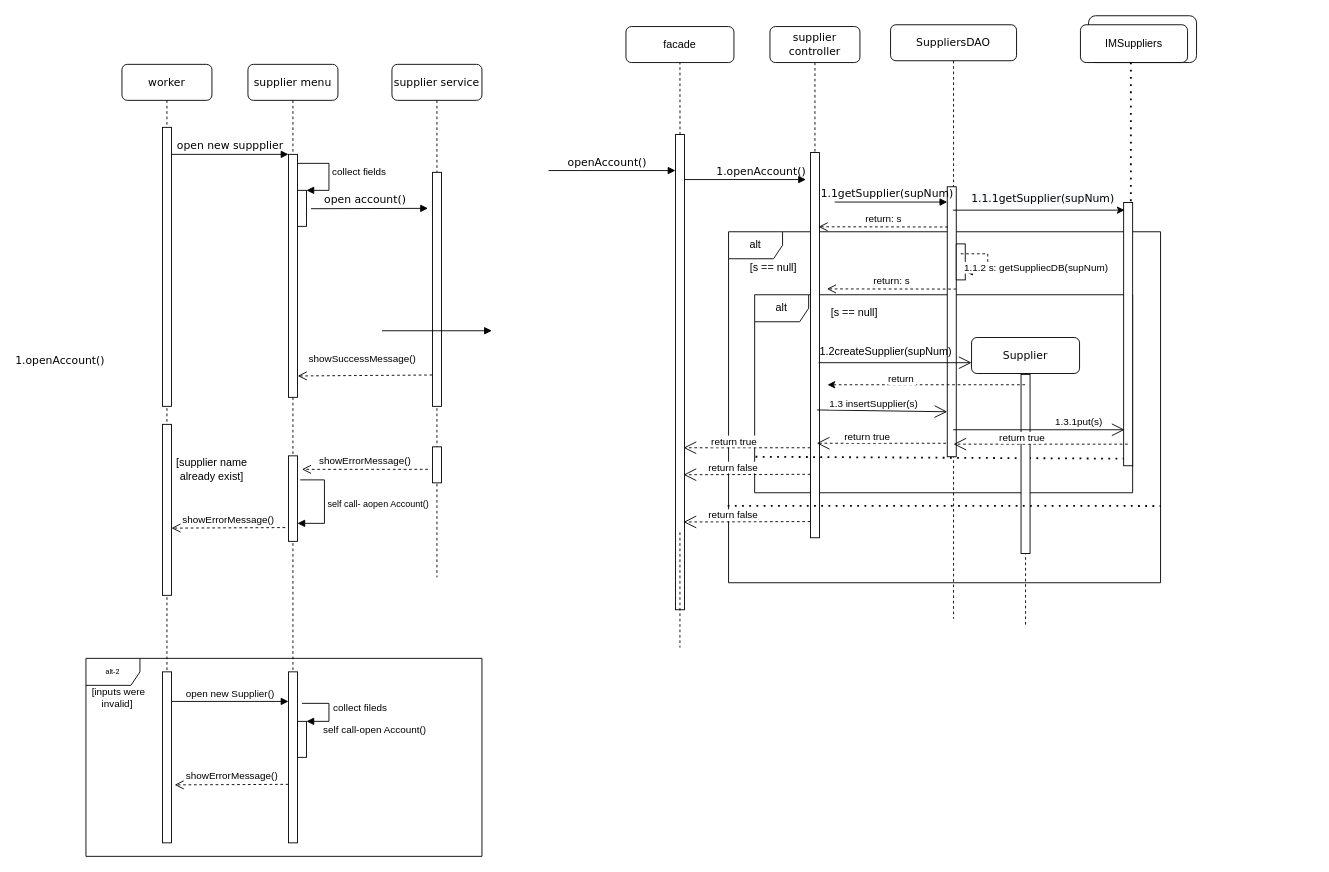
The draw.io diagram page "Page-1" (1 of 2) of docs/use case diagram/sequence diagram scenario d.drawio in Naveavra/Market, before the edit. Source tidied: cells renumbered, new cells numbered last; positions are measured from the earlier drawing's top-left corner, leaving out a move shared by most shapes. Both pictures are drawn from the tidied source at 90%, with x=0, y=0 at pixel (80, 15).
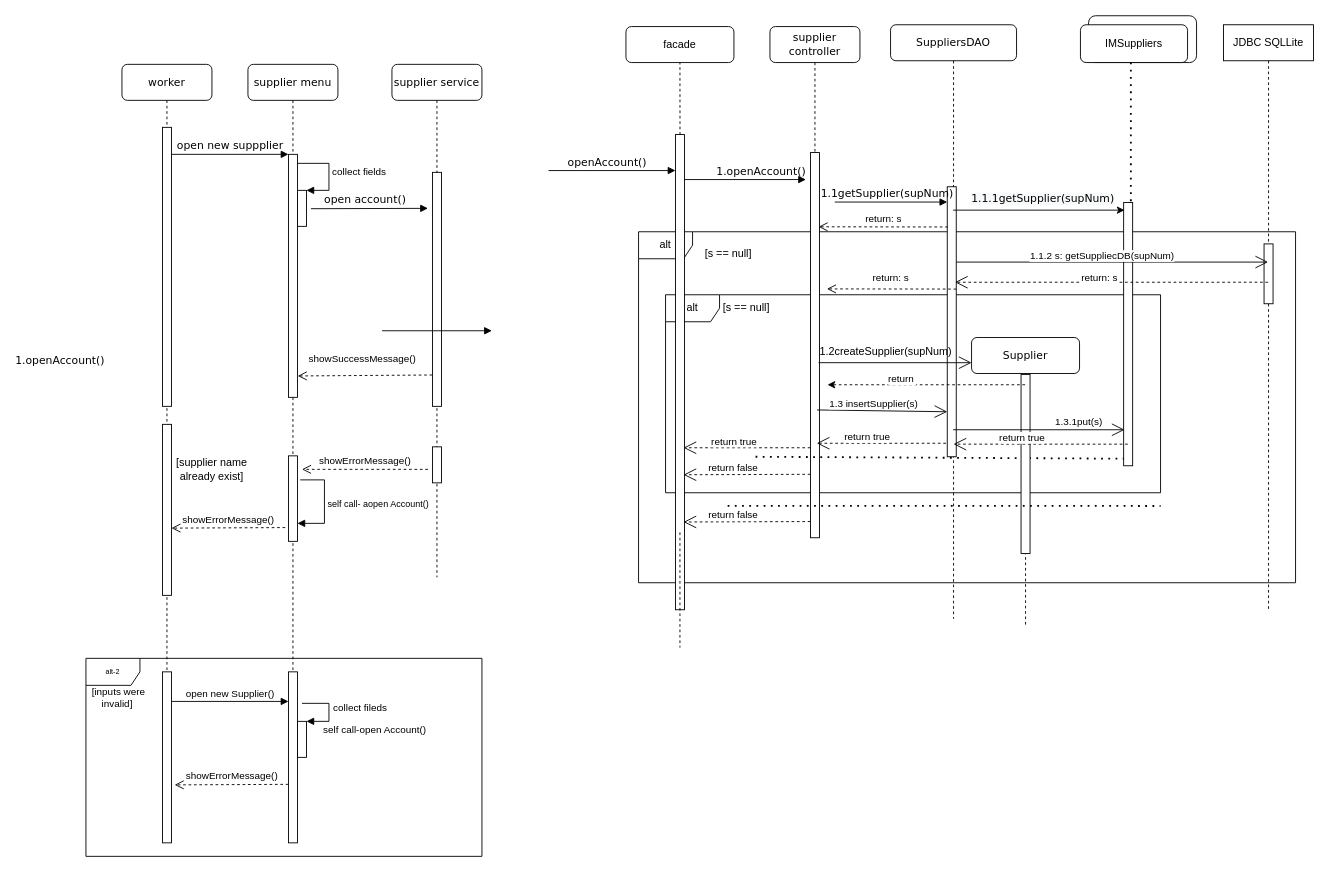
The same diagram, later.

Unchanged cells that the change refers to:
```xml
<mxCell id="25" value="SuppliersDAO" style="shape=umlLifeline;perimeter=lifelinePerimeter;whiteSpace=wrap;html=1;outlineConnect=0;rounded=1;shadow=0;comic=0;labelBackgroundColor=none;strokeWidth=1;fontFamily=Verdana;fontSize=12;align=center;" parent="1" vertex="1">
  <mxGeometry x="900" y="10" width="140" height="660" as="geometry" />
</mxCell>
<mxCell id="26" style="html=1;points=[];perimeter=orthogonalPerimeter;rounded=0;shadow=0;comic=0;labelBackgroundColor=none;strokeWidth=1;fontFamily=Verdana;fontSize=12;align=center;" parent="25" vertex="1">
  <mxGeometry x="63" y="180" width="10" height="300" as="geometry" />
</mxCell>
```

What changed in the source:
```diff
@@
     <mxCell id="3" value="alt" style="shape=umlFrame;whiteSpace=wrap;html=1;" parent="1" vertex="1">
-      <mxGeometry x="720" y="240" width="480" height="390" as="geometry" />
+      <mxGeometry x="620" y="240" width="730" height="390" as="geometry" />
     </mxCell>
     <mxCell id="4" value="alt" style="shape=umlFrame;whiteSpace=wrap;html=1;" parent="1" vertex="1">
-      <mxGeometry x="749" y="310" width="420" height="220" as="geometry" />
+      <mxGeometry x="650" y="310" width="550" height="220" as="geometry" />
     </mxCell>
@@
-    <mxCell id="29" value="[s == null]" style="text;html=1;strokeColor=none;fillColor=none;align=center;verticalAlign=middle;whiteSpace=wrap;rounded=0;" parent="25" vertex="1">
-      <mxGeometry x="-160" y="254.5" width="60" height="30" as="geometry" />
-    </mxCell>
-    <mxCell id="30" style="html=1;perimeter=orthogonalPerimeter;" parent="25" vertex="1">
-      <mxGeometry x="73" y="243.5" width="10" height="40" as="geometry" />
-    </mxCell>
-    <mxCell id="31" value="1.1.2 s: getSuppliecDB(supNum)" style="edgeStyle=orthogonalEdgeStyle;html=1;align=left;spacingLeft=2;endArrow=block;rounded=0;entryX=1;entryY=0;dashed=1;" parent="25" edge="1">
-      <mxGeometry x="1" y="-7" relative="1" as="geometry">
-        <mxPoint x="78" y="254.5" as="sourcePoint" />
-        <mxPoint x="83" y="274.5" as="targetPoint" />
-        <Array as="points">
-          <mxPoint x="108" y="254.5" />
-        </Array>
-        <mxPoint x="-5" y="2" as="offset" />
-      </mxGeometry>
-    </mxCell>
     <mxCell id="32" value="return: s" style="html=1;verticalAlign=bottom;endArrow=open;dashed=1;endSize=8;rounded=0;exitX=0.071;exitY=0.174;exitDx=0;exitDy=0;exitPerimeter=0;" parent="25" edge="1">
-      <mxGeometry relative="1" as="geometry">
+      <mxGeometry x="0.02" y="-4" relative="1" as="geometry">
         <mxPoint x="73" y="293.7" as="sourcePoint" />
         <mxPoint x="-70.7" y="293.5" as="targetPoint" />
       </mxGeometry>
     </mxCell>
@@
     <mxCell id="60" value="[s == null]" style="text;html=1;strokeColor=none;fillColor=none;align=center;verticalAlign=middle;whiteSpace=wrap;rounded=0;" parent="1" vertex="1">
-      <mxGeometry x="830" y="315" width="60" height="30" as="geometry" />
+      <mxGeometry x="710" y="310" width="60" height="30" as="geometry" />
     </mxCell>
@@
+    <mxCell id="77" value="JDBC SQLLite" style="shape=umlLifeline;perimeter=lifelinePerimeter;whiteSpace=wrap;html=1;outlineConnect=0;" parent="1" vertex="1">
+      <mxGeometry x="1270" y="10" width="100" height="650" as="geometry" />
+    </mxCell>
+    <mxCell id="78" style="html=1;perimeter=orthogonalPerimeter;" parent="77" vertex="1">
+      <mxGeometry x="45" y="243.5" width="10" height="66.5" as="geometry" />
+    </mxCell>
+    <mxCell id="79" style="endArrow=open;endFill=1;endSize=12;html=1;rounded=0;exitX=1.02;exitY=0.279;exitDx=0;exitDy=0;exitPerimeter=0;" parent="1" edge="1" source="26" target="77">
+      <mxGeometry relative="1" as="geometry" />
+    </mxCell>
+    <mxCell id="31" value="&lt;span style=&quot;text-align: left;&quot;&gt;1.1.2 s: getSuppliecDB(supNum)&lt;/span&gt;" style="edgeLabel;html=1;align=center;verticalAlign=middle;" parent="79" vertex="1">
+      <mxGeometry x="-0.07" y="7" relative="1" as="geometry" />
+    </mxCell>
+    <mxCell id="80" style="endArrow=open;endFill=1;endSize=12;html=1;rounded=0;entryX=0.86;entryY=0.327;entryDx=0;entryDy=0;entryPerimeter=0;dashed=1;" parent="1" edge="1">
+      <mxGeometry relative="1" as="geometry">
+        <mxPoint x="1319.5" y="296.1" as="sourcePoint" />
+        <mxPoint x="971.6" y="296.1" as="targetPoint" />
+      </mxGeometry>
+    </mxCell>
+    <mxCell id="81" value="return: s" style="edgeLabel;html=1;align=center;verticalAlign=middle;" parent="80" vertex="1">
+      <mxGeometry x="0.08" y="-6" relative="1" as="geometry" />
+    </mxCell>
+    <mxCell id="29" value="[s == null]" style="text;html=1;strokeColor=none;fillColor=none;align=center;verticalAlign=middle;whiteSpace=wrap;rounded=0;" parent="1" vertex="1">
+      <mxGeometry x="690" y="250" width="60" height="30" as="geometry" />
+    </mxCell>
```
